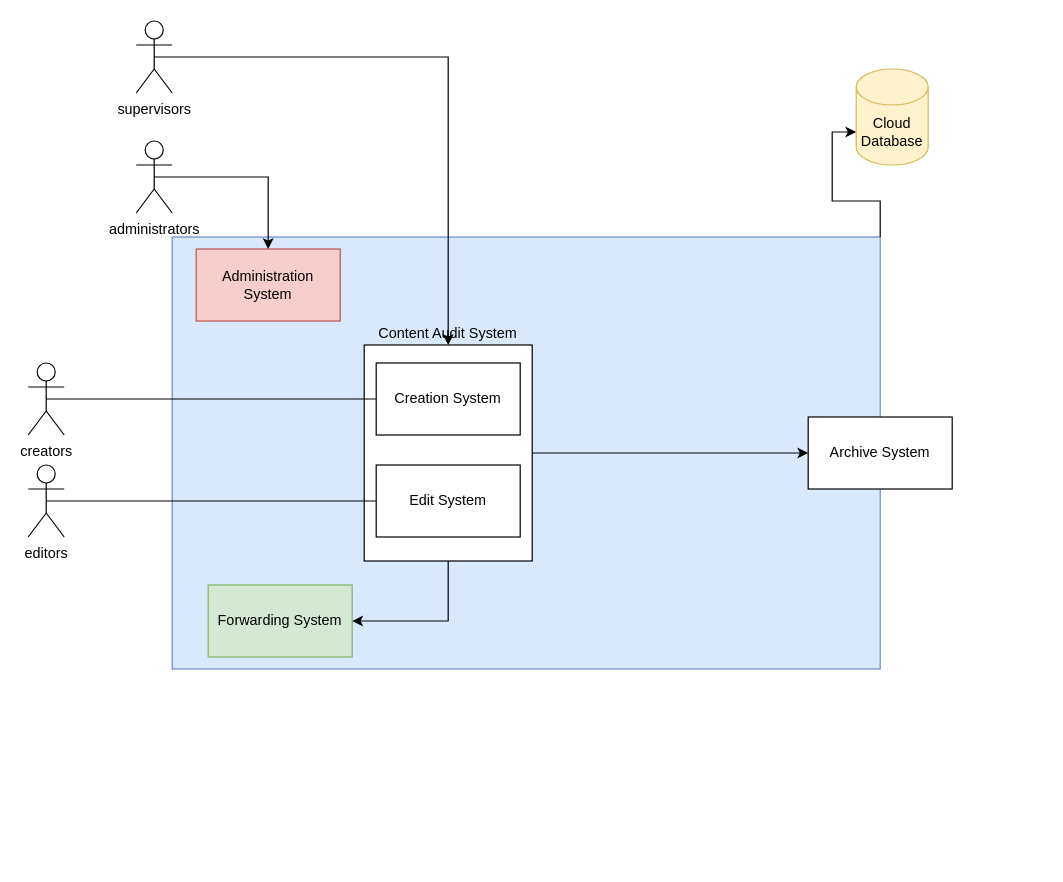
This is FrontEnd/UML/ac-hoc graph 20230907.drawio from Darrenchenn/Model-based-software-design, a draw.io file, before an edit. Source tidied: cells renumbered, new cells numbered last; positions are measured from the earlier drawing's top-left corner, leaving out a move shared by most shapes. Both pictures are drawn from the tidied source at 120%, with x=0, y=0 at pixel (28, 20).
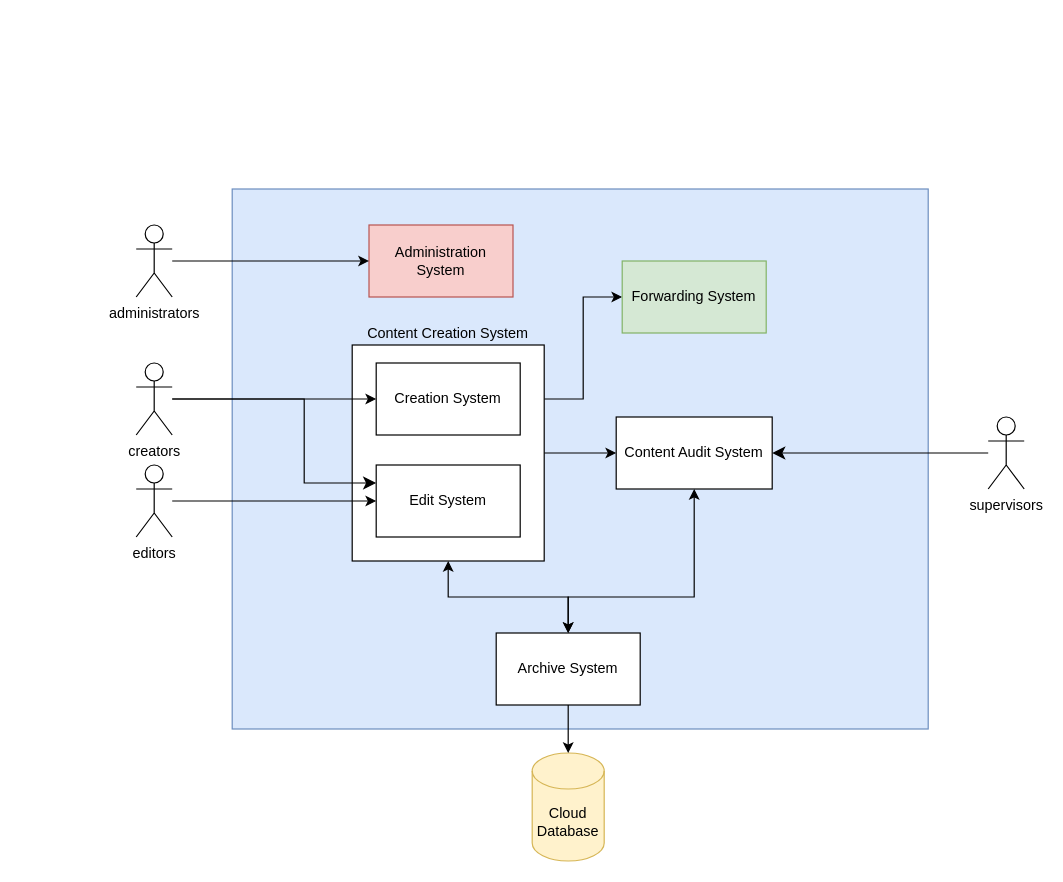
After the change.

Commit message:
Update ad hoc diagram

Unchanged cells that the change refers to:
```xml
<mxCell id="8" value="Creation System" style="rounded=0;whiteSpace=wrap;html=1;" parent="1" vertex="1">
  <mxGeometry x="290" y="285" width="120" height="60" as="geometry" />
</mxCell>
<mxCell id="9" value="Edit System" style="rounded=0;whiteSpace=wrap;html=1;" parent="1" vertex="1">
  <mxGeometry x="290" y="370" width="120" height="60" as="geometry" />
</mxCell>
```

What changed in the source:
```diff
@@
     <mxCell id="2" style="rounded=0;whiteSpace=wrap;html=1;fillColor=#dae8fc;strokeColor=#6c8ebf;" parent="1" vertex="1">
-      <mxGeometry x="120" y="180" width="590" height="360" as="geometry" />
+      <mxGeometry x="170" y="140" width="580" height="450" as="geometry" />
     </mxCell>
     <mxCell id="3" value="Cloud Database" style="shape=cylinder3;whiteSpace=wrap;html=1;boundedLbl=1;backgroundOutline=1;size=15;fillColor=#fff2cc;strokeColor=#d6b656;" parent="1" vertex="1">
-      <mxGeometry x="690" y="40" width="60" height="80" as="geometry" />
+      <mxGeometry x="420" y="610" width="60" height="90" as="geometry" />
     </mxCell>
-    <mxCell id="4" style="edgeStyle=orthogonalEdgeStyle;rounded=0;jettySize=auto;html=1;exitX=1;exitY=0;exitDx=0;exitDy=0;entryX=0;entryY=0;entryDx=0;entryDy=52.5;entryPerimeter=0;" parent="1" edge="1" source="2" target="3">
-      <mxGeometry relative="1" as="geometry" />
-    </mxCell>
-    <mxCell id="5" style="edgeStyle=orthogonalEdgeStyle;rounded=0;jettySize=auto;html=1;exitX=0.5;exitY=1;exitDx=0;exitDy=0;entryX=1;entryY=0.5;entryDx=0;entryDy=0;" parent="1" edge="1" source="7" target="11">
+    <mxCell id="5" style="edgeStyle=orthogonalEdgeStyle;rounded=0;jettySize=auto;html=1;exitX=1;exitY=0.25;exitDx=0;exitDy=0;entryX=0;entryY=0.5;entryDx=0;entryDy=0;" parent="1" edge="1" source="7" target="11">
       <mxGeometry relative="1" as="geometry" />
     </mxCell>
+    <mxCell id="21" style="edgeStyle=orthogonalEdgeStyle;rounded=0;jettySize=auto;html=1;entryX=0;entryY=0.5;entryDx=0;entryDy=0;" parent="1" edge="1" source="7" target="26">
+      <mxGeometry relative="1" as="geometry" />
+    </mxCell>
-    <mxCell id="6" style="edgeStyle=orthogonalEdgeStyle;rounded=0;jettySize=auto;html=1;exitX=1;exitY=0.5;exitDx=0;exitDy=0;entryX=0;entryY=0.5;entryDx=0;entryDy=0;" parent="1" edge="1" source="7" target="12">
+    <mxCell id="6" style="edgeStyle=orthogonalEdgeStyle;rounded=0;jettySize=auto;html=1;entryX=0.5;entryY=0;entryDx=0;entryDy=0;startArrow=classic;startFill=1;" parent="1" edge="1" source="7" target="12">
       <mxGeometry relative="1" as="geometry" />
     </mxCell>
-    <mxCell id="7" value="Content Audit System" style="rounded=0;whiteSpace=wrap;html=1;align=center;labelPosition=center;verticalLabelPosition=top;verticalAlign=bottom;" parent="1" vertex="1">
-      <mxGeometry x="280" y="270" width="140" height="180" as="geometry" />
+    <mxCell id="7" value="Content Creation System" style="rounded=0;whiteSpace=wrap;html=1;align=center;labelPosition=center;verticalLabelPosition=top;verticalAlign=bottom;" parent="1" vertex="1">
+      <mxGeometry x="270" y="270" width="160" height="180" as="geometry" />
     </mxCell>
@@
     <mxCell id="10" value="Administration System" style="rounded=0;whiteSpace=wrap;html=1;fillColor=#f8cecc;strokeColor=#b85450;" parent="1" vertex="1">
-      <mxGeometry x="140" y="190" width="120" height="60" as="geometry" />
+      <mxGeometry x="284" y="170" width="120" height="60" as="geometry" />
     </mxCell>
     <mxCell id="11" value="Forwarding&amp;nbsp;System" style="rounded=0;whiteSpace=wrap;html=1;fillColor=#d5e8d4;strokeColor=#82b366;" parent="1" vertex="1">
-      <mxGeometry x="150" y="470" width="120" height="60" as="geometry" />
+      <mxGeometry x="495" y="200" width="120" height="60" as="geometry" />
     </mxCell>
     <mxCell id="12" value="Archive System" style="rounded=0;whiteSpace=wrap;html=1;" parent="1" vertex="1">
-      <mxGeometry x="650" y="330" width="120" height="60" as="geometry" />
+      <mxGeometry x="390" y="510" width="120" height="60" as="geometry" />
     </mxCell>
     <mxCell id="13" value="editors" style="shape=umlActor;verticalLabelPosition=bottom;verticalAlign=top;html=1;outlineConnect=0;" parent="1" vertex="1">
-      <mxGeometry y="370" width="30" height="60" as="geometry" />
+      <mxGeometry x="90" y="370" width="30" height="60" as="geometry" />
     </mxCell>
-    <mxCell id="14" style="edgeStyle=orthogonalEdgeStyle;rounded=0;jettySize=auto;html=1;exitX=0.5;exitY=0.5;exitDx=0;exitDy=0;exitPerimeter=0;entryX=0.5;entryY=0;entryDx=0;entryDy=0;" parent="1" edge="1" source="15" target="10">
-      <mxGeometry relative="1" as="geometry" />
-    </mxCell>
     <mxCell id="15" value="administrators" style="shape=umlActor;verticalLabelPosition=bottom;verticalAlign=top;html=1;outlineConnect=0;" parent="1" vertex="1">
-      <mxGeometry x="90" y="100" width="30" height="60" as="geometry" />
+      <mxGeometry x="90" y="170" width="30" height="60" as="geometry" />
     </mxCell>
-    <mxCell id="16" style="edgeStyle=orthogonalEdgeStyle;rounded=0;jettySize=auto;html=1;exitX=0.5;exitY=0.5;exitDx=0;exitDy=0;exitPerimeter=0;entryX=0.5;entryY=0;entryDx=0;entryDy=0;" parent="1" edge="1" source="17" target="7">
-      <mxGeometry relative="1" as="geometry" />
-    </mxCell>
     <mxCell id="17" value="supervisors" style="shape=umlActor;verticalLabelPosition=bottom;verticalAlign=top;html=1;outlineConnect=0;" parent="1" vertex="1">
-      <mxGeometry x="90" width="30" height="60" as="geometry" />
+      <mxGeometry x="800" y="330" width="30" height="60" as="geometry" />
     </mxCell>
-    <mxCell id="18" style="endArrow=none;html=1;rounded=0;exitX=0.5;exitY=0.5;exitDx=0;exitDy=0;exitPerimeter=0;entryX=0;entryY=0.5;entryDx=0;entryDy=0;" parent="1" edge="1" source="13" target="9">
+    <mxCell id="18" style="endArrow=classic;html=1;rounded=0;entryX=0;entryY=0.5;entryDx=0;entryDy=0;endFill=1;" parent="1" edge="1" source="13" target="9">
       <mxGeometry relative="1" as="geometry" />
     </mxCell>
     <mxCell id="19" value="creators" style="shape=umlActor;verticalLabelPosition=bottom;verticalAlign=top;html=1;outlineConnect=0;" parent="1" vertex="1">
-      <mxGeometry y="285" width="30" height="60" as="geometry" />
+      <mxGeometry x="90" y="285" width="30" height="60" as="geometry" />
     </mxCell>
-    <mxCell id="20" style="endArrow=none;html=1;rounded=0;exitX=0.5;exitY=0.5;exitDx=0;exitDy=0;exitPerimeter=0;entryX=0;entryY=0.5;entryDx=0;entryDy=0;" parent="1" edge="1" source="19" target="8">
+    <mxCell id="20" style="endArrow=classic;html=1;rounded=0;entryX=0;entryY=0.5;entryDx=0;entryDy=0;startArrow=none;startFill=0;endFill=1;" parent="1" edge="1" source="19" target="8">
       <mxGeometry relative="1" as="geometry" />
     </mxCell>
+    <mxCell id="14" style="endArrow=classic;html=1;rounded=0;entryX=0;entryY=0.5;entryDx=0;entryDy=0;endFill=1;" parent="1" edge="1" source="15" target="10">
+      <mxGeometry relative="1" as="geometry" />
+    </mxCell>
+    <mxCell id="22" style="endArrow=classic;html=1;rounded=0;exitX=0.5;exitY=1;exitDx=0;exitDy=0;entryX=0.5;entryY=0;entryDx=0;entryDy=0;entryPerimeter=0;" parent="1" edge="1" source="12" target="3">
+      <mxGeometry relative="1" as="geometry" />
+    </mxCell>
+    <mxCell id="23" style="edgeStyle=elbowEdgeStyle;elbow=horizontal;endArrow=classic;html=1;curved=0;rounded=0;endSize=8;startSize=8;entryX=0;entryY=0.25;entryDx=0;entryDy=0;" parent="1" edge="1" source="19" target="9">
+      <mxGeometry relative="1" as="geometry">
+        <Array as="points">
+          <mxPoint x="230" y="350" />
+        </Array>
+      </mxGeometry>
+    </mxCell>
+    <mxCell id="24" style="edgeStyle=elbowEdgeStyle;elbow=horizontal;endArrow=classic;html=1;curved=0;rounded=0;endSize=8;startSize=8;entryX=1;entryY=0.5;entryDx=0;entryDy=0;" parent="1" edge="1" source="17" target="26">
+      <mxGeometry relative="1" as="geometry">
+        <Array as="points">
+          <mxPoint x="760" y="360" />
+        </Array>
+      </mxGeometry>
+    </mxCell>
+    <mxCell id="25" style="edgeStyle=orthogonalEdgeStyle;rounded=0;jettySize=auto;html=1;entryX=0.5;entryY=0;entryDx=0;entryDy=0;startArrow=classic;startFill=1;" parent="1" edge="1" source="26" target="12">
+      <mxGeometry relative="1" as="geometry">
+        <Array as="points">
+          <mxPoint x="555" y="480" />
+          <mxPoint x="450" y="480" />
+        </Array>
+      </mxGeometry>
+    </mxCell>
+    <mxCell id="26" value="Content Audit System" style="rounded=0;whiteSpace=wrap;html=1;" parent="1" vertex="1">
+      <mxGeometry x="490" y="330" width="130" height="60" as="geometry" />
+    </mxCell>
```
